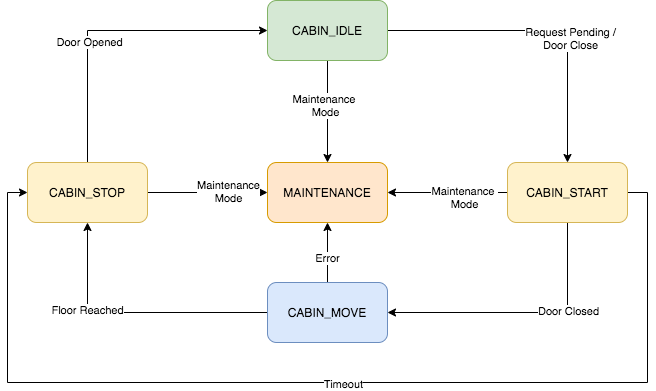
anoopar/elevator keeps this draw.io diagram as docs/ElevatorStateDiagram.png. Above is the earlier version. Source tidied: cells renumbered, new cells last; positions are measured from the earlier drawing's top-left corner, leaving out a move shared by most shapes. The source it was exported from:
```xml
<mxGraphModel>
  <root>
    <mxCell id="0" />
    <mxCell id="1" parent="0" />
    <mxCell id="2" style="edgeStyle=elbowEdgeStyle;rounded=0;jettySize=auto;html=1;exitX=1;exitY=0.5;exitDx=0;exitDy=0;entryX=0.5;entryY=0;entryDx=0;entryDy=0;" parent="1" edge="1" source="6" target="23">
      <mxGeometry relative="1" as="geometry">
        <Array as="points">
          <mxPoint x="560" y="82" />
        </Array>
      </mxGeometry>
    </mxCell>
    <mxCell id="3" value="Request Pending /&lt;br&gt;Door Close" style="edgeLabel;html=1;align=center;verticalAlign=middle;" parent="2" vertex="1">
      <mxGeometry x="0.2" y="2" relative="1" as="geometry" />
    </mxCell>
    <mxCell id="4" style="edgeStyle=elbowEdgeStyle;rounded=0;jettySize=auto;html=1;exitX=0.5;exitY=1;exitDx=0;exitDy=0;elbow=vertical;" parent="1" edge="1" source="6" target="24">
      <mxGeometry relative="1" as="geometry" />
    </mxCell>
    <mxCell id="5" value="Maintenance &lt;br&gt;Mode" style="edgeLabel;html=1;align=center;verticalAlign=middle;" parent="4" vertex="1">
      <mxGeometry x="-0.14" y="-3" relative="1" as="geometry" />
    </mxCell>
    <mxCell id="6" value="CABIN_IDLE" style="rounded=1;whiteSpace=wrap;html=1;fillColor=#d5e8d4;strokeColor=#82b366;" parent="1" vertex="1">
      <mxGeometry x="260" width="120" height="60" as="geometry" />
    </mxCell>
    <mxCell id="7" style="edgeStyle=elbowEdgeStyle;rounded=0;jettySize=auto;html=1;exitX=0.5;exitY=0;exitDx=0;exitDy=0;entryX=0;entryY=0.5;entryDx=0;entryDy=0;" parent="1" edge="1" source="11" target="6">
      <mxGeometry relative="1" as="geometry">
        <Array as="points">
          <mxPoint x="80" y="82" />
        </Array>
      </mxGeometry>
    </mxCell>
    <mxCell id="8" value="Door Opened" style="edgeLabel;html=1;align=center;verticalAlign=middle;" parent="7" vertex="1">
      <mxGeometry x="-0.23" y="-1" relative="1" as="geometry" />
    </mxCell>
    <mxCell id="9" style="edgeStyle=elbowEdgeStyle;rounded=0;jettySize=auto;html=1;exitX=1;exitY=0.5;exitDx=0;exitDy=0;entryX=0;entryY=0.5;entryDx=0;entryDy=0;elbow=vertical;" parent="1" edge="1" source="11" target="24">
      <mxGeometry relative="1" as="geometry" />
    </mxCell>
    <mxCell id="10" value="Maintenance&lt;br&gt;Mode" style="edgeLabel;html=1;align=center;verticalAlign=middle;" parent="9" vertex="1">
      <mxGeometry x="0.33" y="2" relative="1" as="geometry" />
    </mxCell>
    <mxCell id="11" value="CABIN_STOP" style="rounded=1;whiteSpace=wrap;html=1;fillColor=#fff2cc;strokeColor=#d6b656;" parent="1" vertex="1">
      <mxGeometry x="20" y="162" width="120" height="60" as="geometry" />
    </mxCell>
    <mxCell id="12" style="edgeStyle=elbowEdgeStyle;rounded=0;jettySize=auto;html=1;exitX=0;exitY=0.5;exitDx=0;exitDy=0;entryX=0.5;entryY=1;entryDx=0;entryDy=0;" parent="1" edge="1" source="16" target="11">
      <mxGeometry relative="1" as="geometry">
        <Array as="points">
          <mxPoint x="80" y="312" />
        </Array>
      </mxGeometry>
    </mxCell>
    <mxCell id="13" value="Floor Reached" style="edgeLabel;html=1;align=center;verticalAlign=middle;" parent="12" vertex="1">
      <mxGeometry x="0.36" y="1" relative="1" as="geometry" />
    </mxCell>
    <mxCell id="14" style="edgeStyle=elbowEdgeStyle;rounded=0;jettySize=auto;html=1;exitX=0.5;exitY=0;exitDx=0;exitDy=0;entryX=0.5;entryY=1;entryDx=0;entryDy=0;elbow=vertical;" parent="1" edge="1" source="16" target="24">
      <mxGeometry relative="1" as="geometry" />
    </mxCell>
    <mxCell id="15" value="Error" style="edgeLabel;html=1;align=center;verticalAlign=middle;" parent="14" vertex="1">
      <mxGeometry x="-0.17" y="1" relative="1" as="geometry" />
    </mxCell>
    <mxCell id="16" value="CABIN_MOVE" style="rounded=1;whiteSpace=wrap;html=1;fillColor=#dae8fc;strokeColor=#6c8ebf;" parent="1" vertex="1">
      <mxGeometry x="260" y="282" width="120" height="60" as="geometry" />
    </mxCell>
    <mxCell id="17" style="edgeStyle=elbowEdgeStyle;rounded=0;jettySize=auto;html=1;exitX=0.5;exitY=1;exitDx=0;exitDy=0;entryX=1;entryY=0.5;entryDx=0;entryDy=0;" parent="1" edge="1" source="23" target="16">
      <mxGeometry relative="1" as="geometry">
        <Array as="points">
          <mxPoint x="560" y="312" />
        </Array>
      </mxGeometry>
    </mxCell>
    <mxCell id="18" value="Door Closed" style="edgeLabel;html=1;align=center;verticalAlign=middle;" parent="17" vertex="1">
      <mxGeometry x="-0.33" y="-2" relative="1" as="geometry" />
    </mxCell>
    <mxCell id="19" style="edgeStyle=elbowEdgeStyle;rounded=0;jettySize=auto;html=1;exitX=0;exitY=0.5;exitDx=0;exitDy=0;entryX=1;entryY=0.5;entryDx=0;entryDy=0;elbow=vertical;" parent="1" edge="1" source="23" target="24">
      <mxGeometry relative="1" as="geometry" />
    </mxCell>
    <mxCell id="20" value="Maintenance &lt;br&gt;Mode" style="edgeLabel;html=1;align=center;verticalAlign=middle;" parent="19" vertex="1">
      <mxGeometry x="-0.27" y="4" relative="1" as="geometry" />
    </mxCell>
    <mxCell id="21" style="edgeStyle=orthogonalEdgeStyle;rounded=0;jettySize=auto;html=1;exitX=1;exitY=0.5;exitDx=0;exitDy=0;entryX=0;entryY=0.5;entryDx=0;entryDy=0;" parent="1" edge="1" source="23" target="11">
      <mxGeometry relative="1" as="geometry">
        <Array as="points">
          <mxPoint x="640" y="192" />
          <mxPoint x="640" y="382" />
          <mxPoint y="382" />
          <mxPoint y="192" />
        </Array>
      </mxGeometry>
    </mxCell>
    <mxCell id="22" value="Timeout" style="edgeLabel;html=1;align=center;verticalAlign=middle;" parent="21" vertex="1">
      <mxGeometry x="-0.03" y="1" relative="1" as="geometry" />
    </mxCell>
    <mxCell id="23" value="CABIN_START" style="rounded=1;whiteSpace=wrap;html=1;fillColor=#fff2cc;strokeColor=#d6b656;" parent="1" vertex="1">
      <mxGeometry x="500" y="162" width="120" height="60" as="geometry" />
    </mxCell>
    <mxCell id="24" value="MAINTENANCE" style="rounded=1;whiteSpace=wrap;html=1;fillColor=#ffe6cc;strokeColor=#d79b00;" parent="1" vertex="1">
      <mxGeometry x="260" y="162" width="120" height="60" as="geometry" />
    </mxCell>
  </root>
</mxGraphModel>
```
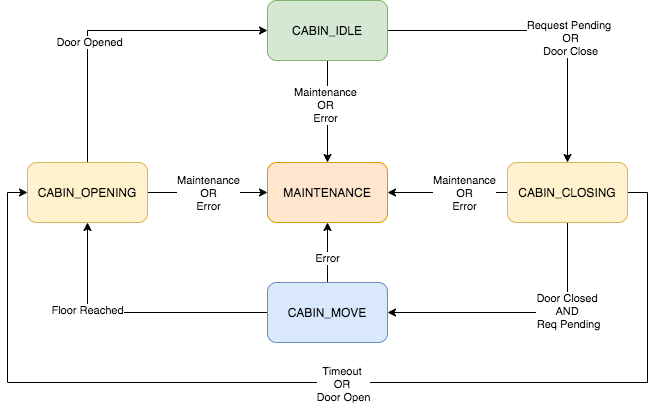
The same diagram one commit later.

Commit message:
State Diagram update

Change to the diagram source:
```diff
@@ -9,13 +9,13 @@
         </Array>
       </mxGeometry>
     </mxCell>
-    <mxCell id="3" value="Request Pending /&lt;br&gt;Door Close" style="edgeLabel;html=1;align=center;verticalAlign=middle;" parent="2" vertex="1">
+    <mxCell id="3" value="Request Pending &lt;br&gt;OR&lt;br&gt;Door Close" style="edgeLabel;html=1;align=center;verticalAlign=middle;" parent="2" vertex="1">
       <mxGeometry x="0.2" y="2" relative="1" as="geometry" />
     </mxCell>
     <mxCell id="4" style="edgeStyle=elbowEdgeStyle;rounded=0;jettySize=auto;html=1;exitX=0.5;exitY=1;exitDx=0;exitDy=0;elbow=vertical;" parent="1" edge="1" source="6" target="24">
       <mxGeometry relative="1" as="geometry" />
     </mxCell>
-    <mxCell id="5" value="Maintenance &lt;br&gt;Mode" style="edgeLabel;html=1;align=center;verticalAlign=middle;" parent="4" vertex="1">
+    <mxCell id="5" value="Maintenance&lt;br&gt;OR&lt;br&gt;Error" style="edgeLabel;html=1;align=center;verticalAlign=middle;" parent="4" vertex="1">
       <mxGeometry x="-0.14" y="-3" relative="1" as="geometry" />
     </mxCell>
     <mxCell id="6" value="CABIN_IDLE" style="rounded=1;whiteSpace=wrap;html=1;fillColor=#d5e8d4;strokeColor=#82b366;" parent="1" vertex="1">
@@ -34,10 +34,12 @@
     <mxCell id="9" style="edgeStyle=elbowEdgeStyle;rounded=0;jettySize=auto;html=1;exitX=1;exitY=0.5;exitDx=0;exitDy=0;entryX=0;entryY=0.5;entryDx=0;entryDy=0;elbow=vertical;" parent="1" edge="1" source="11" target="24">
       <mxGeometry relative="1" as="geometry" />
     </mxCell>
-    <mxCell id="10" value="Maintenance&lt;br&gt;Mode" style="edgeLabel;html=1;align=center;verticalAlign=middle;" parent="9" vertex="1">
-      <mxGeometry x="0.33" y="2" relative="1" as="geometry" />
+    <mxCell id="10" value="Maintenance&lt;br&gt;OR&lt;br&gt;Error" style="edgeLabel;html=1;align=center;verticalAlign=middle;" parent="9" vertex="1">
+      <mxGeometry x="0.33" y="2" relative="1" as="geometry">
+        <mxPoint x="-20" y="2" as="offset" />
+      </mxGeometry>
     </mxCell>
-    <mxCell id="11" value="CABIN_STOP" style="rounded=1;whiteSpace=wrap;html=1;fillColor=#fff2cc;strokeColor=#d6b656;" parent="1" vertex="1">
+    <mxCell id="11" value="CABIN_OPENING" style="rounded=1;whiteSpace=wrap;html=1;fillColor=#fff2cc;strokeColor=#d6b656;" parent="1" vertex="1">
       <mxGeometry x="20" y="162" width="120" height="60" as="geometry" />
     </mxCell>
     <mxCell id="12" style="edgeStyle=elbowEdgeStyle;rounded=0;jettySize=auto;html=1;exitX=0;exitY=0.5;exitDx=0;exitDy=0;entryX=0.5;entryY=1;entryDx=0;entryDy=0;" parent="1" edge="1" source="16" target="11">
@@ -66,14 +68,16 @@
         </Array>
       </mxGeometry>
     </mxCell>
-    <mxCell id="18" value="Door Closed" style="edgeLabel;html=1;align=center;verticalAlign=middle;" parent="17" vertex="1">
+    <mxCell id="18" value="Door Closed &lt;br&gt;AND&amp;nbsp;&lt;br&gt;Req Pending" style="edgeLabel;html=1;align=center;verticalAlign=middle;" parent="17" vertex="1">
       <mxGeometry x="-0.33" y="-2" relative="1" as="geometry" />
     </mxCell>
     <mxCell id="19" style="edgeStyle=elbowEdgeStyle;rounded=0;jettySize=auto;html=1;exitX=0;exitY=0.5;exitDx=0;exitDy=0;entryX=1;entryY=0.5;entryDx=0;entryDy=0;elbow=vertical;" parent="1" edge="1" source="23" target="24">
       <mxGeometry relative="1" as="geometry" />
     </mxCell>
-    <mxCell id="20" value="Maintenance &lt;br&gt;Mode" style="edgeLabel;html=1;align=center;verticalAlign=middle;" parent="19" vertex="1">
-      <mxGeometry x="-0.27" y="4" relative="1" as="geometry" />
+    <mxCell id="20" value="Maintenance&lt;br&gt;OR&lt;br&gt;Error" style="edgeLabel;html=1;align=center;verticalAlign=middle;" parent="19" vertex="1">
+      <mxGeometry x="-0.27" y="4" relative="1" as="geometry">
+        <mxPoint y="-4" as="offset" />
+      </mxGeometry>
     </mxCell>
     <mxCell id="21" style="edgeStyle=orthogonalEdgeStyle;rounded=0;jettySize=auto;html=1;exitX=1;exitY=0.5;exitDx=0;exitDy=0;entryX=0;entryY=0.5;entryDx=0;entryDy=0;" parent="1" edge="1" source="23" target="11">
       <mxGeometry relative="1" as="geometry">
@@ -85,10 +89,10 @@
         </Array>
       </mxGeometry>
     </mxCell>
-    <mxCell id="22" value="Timeout" style="edgeLabel;html=1;align=center;verticalAlign=middle;" parent="21" vertex="1">
+    <mxCell id="22" value="Timeout &lt;br&gt;OR&amp;nbsp;&lt;br&gt;Door Open" style="edgeLabel;html=1;align=center;verticalAlign=middle;" parent="21" vertex="1">
       <mxGeometry x="-0.03" y="1" relative="1" as="geometry" />
     </mxCell>
-    <mxCell id="23" value="CABIN_START" style="rounded=1;whiteSpace=wrap;html=1;fillColor=#fff2cc;strokeColor=#d6b656;" parent="1" vertex="1">
+    <mxCell id="23" value="CABIN_CLOSING" style="rounded=1;whiteSpace=wrap;html=1;fillColor=#fff2cc;strokeColor=#d6b656;" parent="1" vertex="1">
       <mxGeometry x="500" y="162" width="120" height="60" as="geometry" />
     </mxCell>
     <mxCell id="24" value="MAINTENANCE" style="rounded=1;whiteSpace=wrap;html=1;fillColor=#ffe6cc;strokeColor=#d79b00;" parent="1" vertex="1">
```
